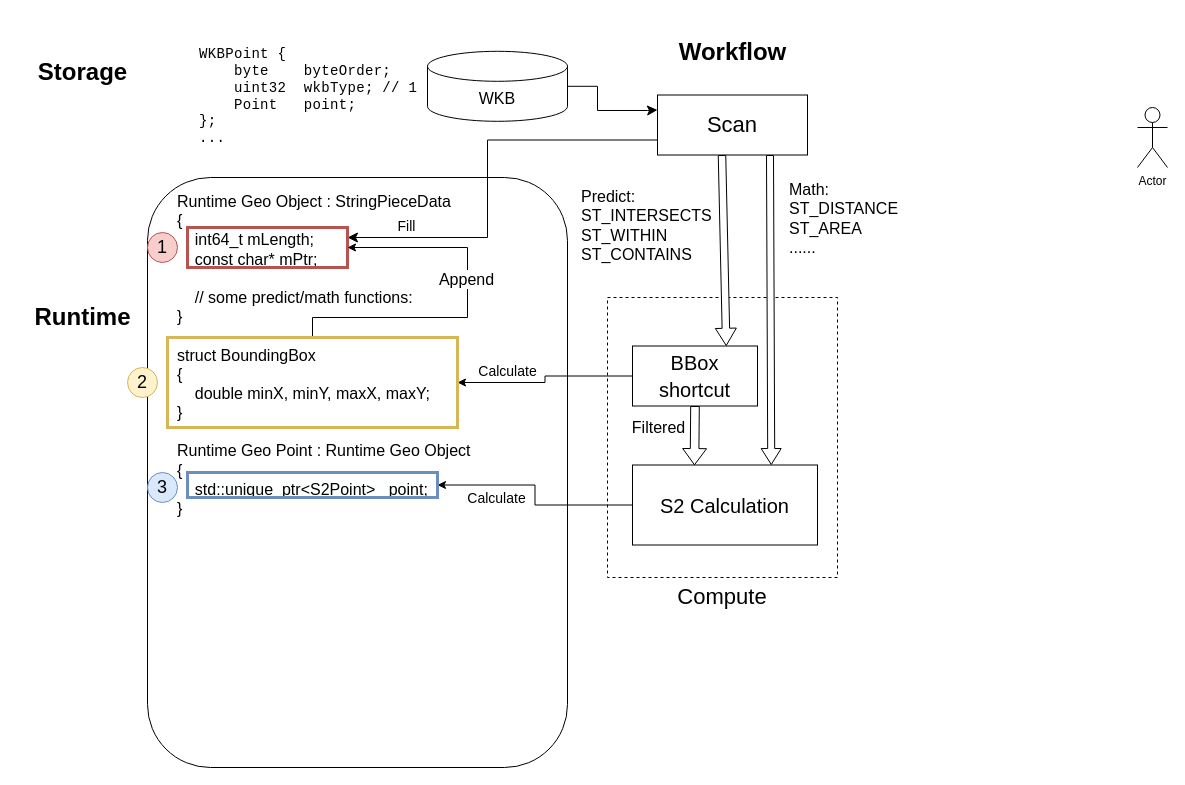
shinyano/drawio keeps this draw.io diagram as geofuncs.drawio. Above is the earlier version. Source tidied: cells renumbered, new cells numbered last; positions are measured from the earlier drawing's top-left corner, leaving out a move shared by most shapes. Both pictures are drawn from the tidied source at 100%, with x=0, y=0 at pixel (22, 17).
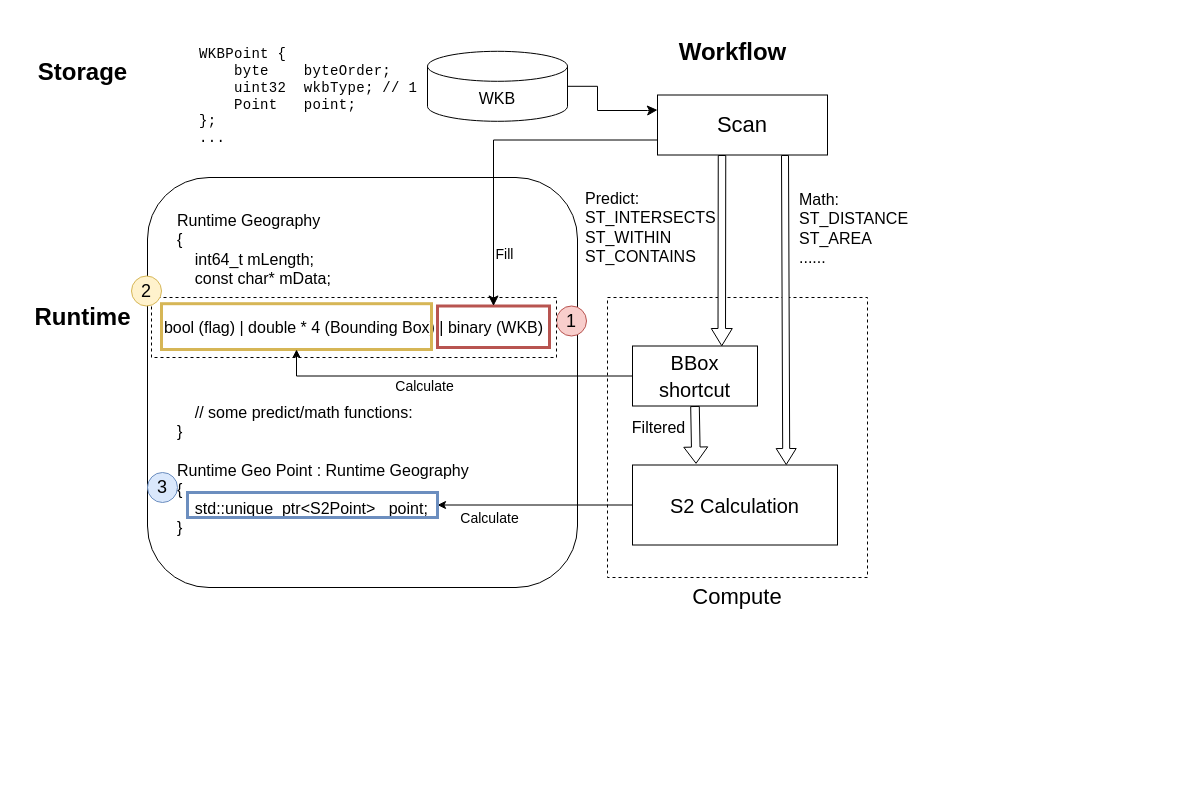
After the change.

The change refers to these unchanged cells:
```xml
<mxCell id="16" value="&lt;font style=&quot;font-size: 20px;&quot; face=&quot;Helvetica&quot;&gt;BBox shortcut&lt;/font&gt;" style="rounded=0;whiteSpace=wrap;html=1;fontSize=22;fontStyle=0;" parent="1" vertex="1">
  <mxGeometry x="610" y="328.5" width="125" height="60" as="geometry" />
</mxCell>
```

Change to the diagram source:
```diff
@@
+    <mxCell id="34" style="rounded=0;whiteSpace=wrap;html=1;fillColor=none;strokeColor=none;" parent="1" vertex="1">
+      <mxGeometry x="-5" width="910" height="610" as="geometry" />
+    </mxCell>
@@
-    <mxCell id="4" value="&lt;div&gt;Runtime Geo Object :&amp;nbsp;StringPieceData&lt;br&gt;&lt;/div&gt;&lt;div&gt;&lt;font&gt;{&lt;/font&gt;&lt;/div&gt;&lt;div&gt;&amp;nbsp; &amp;nbsp; &lt;font&gt;&lt;span style=&quot;white-space: pre;&quot;&gt;int64_t mLength;&lt;br&gt;    const char* mPtr;&lt;/span&gt;&lt;/font&gt;&lt;/div&gt;&lt;div&gt;&lt;span style=&quot;white-space: pre;&quot;&gt;&amp;nbsp;   &lt;/span&gt;&lt;/div&gt;&lt;div&gt;&lt;span style=&quot;white-space: pre;&quot;&gt;    // some predict/math functions:&lt;/span&gt;&lt;/div&gt;&lt;div&gt;&lt;font&gt;}&lt;/font&gt;&lt;/div&gt;&lt;div&gt;&lt;font&gt;&lt;br&gt;&lt;/font&gt;&lt;/div&gt;&lt;div&gt;&lt;font&gt;&lt;div&gt;struct BoundingBox&lt;br&gt;&lt;/div&gt;&lt;div&gt;&lt;div&gt;{&lt;/div&gt;&lt;div&gt;&amp;nbsp; &amp;nbsp; double minX, minY, maxX, maxY;&lt;/div&gt;&lt;div&gt;}&lt;/div&gt;&lt;/div&gt;&lt;div&gt;&lt;br&gt;&lt;/div&gt;&lt;/font&gt;&lt;/div&gt;&lt;div&gt;Runtime Geo Point : Runtime Geo Object&lt;/div&gt;&lt;div&gt;{&lt;/div&gt;&lt;div&gt;&amp;nbsp; &amp;nbsp; std::unique_ptr&amp;lt;S2Point&amp;gt; _point;&lt;/div&gt;&lt;div&gt;}&lt;/div&gt;&lt;div&gt;&lt;br&gt;&lt;/div&gt;" style="rounded=1;whiteSpace=wrap;html=1;fontSize=16;spacing=0;verticalAlign=top;align=left;spacingTop=10;spacingLeft=30;" parent="1" vertex="1">
-      <mxGeometry x="125" y="160" width="420" height="590" as="geometry" />
+    <mxCell id="4" value="&lt;div&gt;&lt;br&gt;&lt;/div&gt;&lt;div&gt;Runtime Geography&lt;br&gt;&lt;/div&gt;&lt;div&gt;&lt;font&gt;{&lt;/font&gt;&lt;/div&gt;&lt;div&gt;&amp;nbsp; &amp;nbsp; &lt;font&gt;&lt;span style=&quot;white-space: pre;&quot;&gt;int64_t mLength;&lt;br&gt;    const char* mData;&lt;/span&gt;&lt;/font&gt;&lt;/div&gt;&lt;div&gt;&lt;font&gt;&lt;span style=&quot;white-space: pre;&quot;&gt;&lt;br&gt;&lt;/span&gt;&lt;/font&gt;&lt;/div&gt;&lt;div&gt;&lt;font&gt;&lt;span style=&quot;white-space: pre;&quot;&gt;&lt;br&gt;&lt;/span&gt;&lt;/font&gt;&lt;/div&gt;&lt;div&gt;&lt;br&gt;&lt;/div&gt;&lt;div&gt;&lt;br&gt;&lt;/div&gt;&lt;div&gt;&lt;br&gt;&lt;/div&gt;&lt;div&gt;&lt;span style=&quot;white-space: pre;&quot;&gt;&amp;nbsp;   &lt;/span&gt;&lt;/div&gt;&lt;div&gt;&lt;span style=&quot;white-space: pre;&quot;&gt;    // some predict/math functions:&lt;/span&gt;&lt;/div&gt;&lt;div&gt;&lt;font&gt;}&lt;/font&gt;&lt;/div&gt;&lt;div&gt;&lt;font&gt;&lt;div&gt;&lt;br&gt;&lt;/div&gt;&lt;/font&gt;&lt;/div&gt;&lt;div&gt;Runtime Geo Point : Runtime Geography&lt;/div&gt;&lt;div&gt;{&lt;/div&gt;&lt;div&gt;&amp;nbsp; &amp;nbsp; std::unique_ptr&amp;lt;S2Point&amp;gt; _point;&lt;/div&gt;&lt;div&gt;}&lt;/div&gt;&lt;div&gt;&lt;br&gt;&lt;/div&gt;" style="rounded=1;whiteSpace=wrap;html=1;fontSize=16;spacing=0;verticalAlign=top;align=left;spacingTop=10;spacingLeft=30;" parent="1" vertex="1">
+      <mxGeometry x="125" y="160" width="430" height="410" as="geometry" />
     </mxCell>
@@
     <mxCell id="8" value="Scan" style="rounded=0;whiteSpace=wrap;html=1;fontSize=22;fontStyle=0;" parent="1" vertex="1">
-      <mxGeometry x="635" y="77.5" width="150" height="60" as="geometry" />
+      <mxGeometry x="635" y="77.5" width="170" height="60" as="geometry" />
     </mxCell>
@@
-    <mxCell id="10" style="edgeStyle=segmentEdgeStyle;endArrow=classic;html=1;curved=0;rounded=0;endSize=8;startSize=8;exitX=0;exitY=0.75;exitDx=0;exitDy=0;entryX=1;entryY=0.25;entryDx=0;entryDy=0;" parent="1" edge="1" source="8" target="12">
-      <mxGeometry relative="1" as="geometry">
-        <Array as="points">
-          <mxPoint x="465" y="123" />
-          <mxPoint x="465" y="220" />
-        </Array>
-      </mxGeometry>
-    </mxCell>
-    <mxCell id="11" value="Fill" style="edgeLabel;html=1;align=center;verticalAlign=middle;fontSize=14;" parent="10" vertex="1">
-      <mxGeometry x="0.76" relative="1" as="geometry">
-        <mxPoint x="10" y="-12" as="offset" />
-      </mxGeometry>
-    </mxCell>
-    <mxCell id="12" style="rounded=0;whiteSpace=wrap;html=1;fillColor=none;strokeColor=#b85450;strokeWidth=3;" parent="1" vertex="1">
-      <mxGeometry x="165" y="210" width="160" height="40" as="geometry" />
-    </mxCell>
     <mxCell id="13" value="Compute" style="rounded=0;whiteSpace=wrap;html=1;fontSize=22;fontStyle=0;verticalAlign=top;labelPosition=center;verticalLabelPosition=bottom;align=center;dashed=1;" parent="1" vertex="1">
-      <mxGeometry x="585" y="280" width="230" height="280" as="geometry" />
+      <mxGeometry x="585" y="280" width="260" height="280" as="geometry" />
     </mxCell>
-    <mxCell id="14" style="edgeStyle=orthogonalEdgeStyle;rounded=0;jettySize=auto;html=1;entryX=1;entryY=0.5;entryDx=0;entryDy=0;" parent="1" edge="1" source="16" target="21">
-      <mxGeometry relative="1" as="geometry" />
-    </mxCell>
-    <mxCell id="15" value="Calculate" style="edgeLabel;html=1;align=center;verticalAlign=middle;fontSize=14;" parent="14" vertex="1">
-      <mxGeometry x="0.36" y="2" relative="1" as="geometry">
-        <mxPoint x="-9" y="-14" as="offset" />
-      </mxGeometry>
-    </mxCell>
@@
-    <mxCell id="17" style="shape=flexArrow;endArrow=classic;html=1;rounded=0;exitX=0.25;exitY=1;exitDx=0;exitDy=0;fillColor=default;endWidth=12.5;endSize=5.408333333333333;width=7.5;entryX=0.75;entryY=0;entryDx=0;entryDy=0;" parent="1" edge="1" target="16">
+    <mxCell id="17" style="shape=flexArrow;endArrow=classic;html=1;rounded=0;exitX=0.25;exitY=1;exitDx=0;exitDy=0;fillColor=default;endWidth=12.5;endSize=5.408333333333333;width=7.5;entryX=0.714;entryY=0.004;entryDx=0;entryDy=0;entryPerimeter=0;" parent="1" edge="1" target="16">
       <mxGeometry relative="1" as="geometry">
         <mxPoint x="699.5" y="137.5" as="sourcePoint" />
       </mxGeometry>
     </mxCell>
     <mxCell id="18" value="Predict:&amp;nbsp;&lt;div&gt;&lt;div&gt;ST_INTERSECTS&lt;/div&gt;&lt;div&gt;ST_WITHIN&lt;/div&gt;&lt;div&gt;ST_CONTAINS&lt;/div&gt;&lt;/div&gt;" style="edgeLabel;html=1;align=left;verticalAlign=middle;fontSize=16;labelBackgroundColor=none;" parent="17" vertex="1">
       <mxGeometry x="-0.35" y="2" relative="1" as="geometry">
-        <mxPoint x="-146" y="8" as="offset" />
+        <mxPoint x="-140" y="10" as="offset" />
       </mxGeometry>
     </mxCell>
-    <mxCell id="19" style="edgeStyle=orthogonalEdgeStyle;rounded=0;jettySize=auto;html=1;exitX=0.5;exitY=0;exitDx=0;exitDy=0;entryX=1;entryY=0.5;entryDx=0;entryDy=0;" parent="1" edge="1" source="21" target="12">
-      <mxGeometry relative="1" as="geometry">
-        <Array as="points">
-          <mxPoint x="290" y="300" />
-          <mxPoint x="445" y="300" />
-          <mxPoint x="445" y="230" />
-        </Array>
-      </mxGeometry>
-    </mxCell>
-    <mxCell id="20" value="Append" style="edgeLabel;html=1;align=center;verticalAlign=middle;fontSize=16;" parent="19" vertex="1">
-      <mxGeometry x="0.17" y="2" relative="1" as="geometry" />
-    </mxCell>
-    <mxCell id="21" style="rounded=0;whiteSpace=wrap;html=1;fillColor=none;strokeColor=#d6b656;strokeWidth=3;" parent="1" vertex="1">
-      <mxGeometry x="145" y="320" width="290" height="90" as="geometry" />
-    </mxCell>
     <mxCell id="22" value="1" style="ellipse;whiteSpace=wrap;html=1;fillColor=#f8cecc;strokeColor=#b85450;fontSize=18;" parent="1" vertex="1">
-      <mxGeometry x="125" y="215" width="30" height="30" as="geometry" />
+      <mxGeometry x="534" y="288.5" width="30" height="30" as="geometry" />
     </mxCell>
-    <mxCell id="23" value="2" style="ellipse;whiteSpace=wrap;html=1;fillColor=#fff2cc;strokeColor=#d6b656;fontSize=18;" parent="1" vertex="1">
-      <mxGeometry x="105" y="350" width="30" height="30" as="geometry" />
-    </mxCell>
@@
     <mxCell id="26" value="&lt;font style=&quot;font-size: 20px;&quot;&gt;S2 Calculation&lt;/font&gt;" style="rounded=0;whiteSpace=wrap;html=1;" parent="1" vertex="1">
-      <mxGeometry x="610" y="447.5" width="185" height="80" as="geometry" />
+      <mxGeometry x="610" y="447.5" width="205" height="80" as="geometry" />
     </mxCell>
@@
-    <mxCell id="28" value="Actor" style="shape=umlActor;verticalLabelPosition=bottom;verticalAlign=top;html=1;" parent="1" vertex="1">
-      <mxGeometry x="1115" y="90" width="30" height="60" as="geometry" />
-    </mxCell>
     <mxCell id="29" value="Math:&amp;nbsp;&lt;div&gt;&lt;div&gt;ST_DISTANCE&lt;/div&gt;&lt;/div&gt;&lt;div&gt;ST_AREA&lt;/div&gt;&lt;div&gt;......&lt;/div&gt;" style="edgeLabel;html=1;align=left;verticalAlign=middle;fontSize=16;labelBackgroundColor=none;" parent="1" vertex="1">
-      <mxGeometry x="765" y="200" as="geometry" />
+      <mxGeometry x="775" y="210" as="geometry" />
     </mxCell>
     <mxCell id="30" style="rounded=0;whiteSpace=wrap;html=1;fillColor=none;strokeColor=#6c8ebf;strokeWidth=3;" parent="1" vertex="1">
-      <mxGeometry x="165" y="455" width="250" height="25" as="geometry" />
+      <mxGeometry x="165" y="475" width="250" height="25" as="geometry" />
     </mxCell>
@@
-    <mxCell id="32" style="shape=flexArrow;endArrow=classic;html=1;rounded=0;exitX=0.5;exitY=1;exitDx=0;exitDy=0;entryX=0.335;entryY=0.004;entryDx=0;entryDy=0;entryPerimeter=0;width=8.61111111111111;endSize=5.077777777777778;endWidth=14.27469135802469;" parent="1" edge="1" source="16" target="26">
+    <mxCell id="32" style="shape=flexArrow;endArrow=classic;html=1;rounded=0;exitX=0.5;exitY=1;exitDx=0;exitDy=0;entryX=0.31;entryY=-0.015;entryDx=0;entryDy=0;entryPerimeter=0;width=8.61111111111111;endSize=5.077777777777778;endWidth=14.27469135802469;" parent="1" edge="1" source="16" target="26">
       <mxGeometry relative="1" as="geometry" />
     </mxCell>
@@
+    <mxCell id="35" style="edgeStyle=orthogonalEdgeStyle;rounded=0;jettySize=auto;html=1;exitX=0.5;exitY=0;exitDx=0;exitDy=0;entryX=1;entryY=0.5;entryDx=0;entryDy=0;" parent="1" edge="1" source="21" target="36">
+      <mxGeometry relative="1" as="geometry">
+        <Array as="points">
+          <mxPoint x="290" y="300" />
+        </Array>
+      </mxGeometry>
+    </mxCell>
+    <mxCell id="36" value="bool (flag) | double * 4 (Bounding Box) | binary (WKB)" style="rounded=0;whiteSpace=wrap;html=1;dashed=1;fontSize=16;" parent="1" vertex="1">
+      <mxGeometry x="129" y="280" width="405" height="60" as="geometry" />
+    </mxCell>
+    <mxCell id="12" style="rounded=0;whiteSpace=wrap;html=1;fillColor=none;strokeColor=#b85450;strokeWidth=3;" parent="1" vertex="1">
+      <mxGeometry x="415" y="288.5" width="112" height="41.5" as="geometry" />
+    </mxCell>
+    <mxCell id="10" style="edgeStyle=segmentEdgeStyle;endArrow=classic;html=1;curved=0;rounded=0;endSize=8;startSize=8;exitX=0;exitY=0.75;exitDx=0;exitDy=0;entryX=0.5;entryY=0;entryDx=0;entryDy=0;" parent="1" edge="1" source="8" target="12">
+      <mxGeometry relative="1" as="geometry">
+        <Array as="points">
+          <mxPoint x="471" y="123" />
+        </Array>
+      </mxGeometry>
+    </mxCell>
+    <mxCell id="11" value="Fill" style="edgeLabel;html=1;align=center;verticalAlign=middle;fontSize=14;" parent="10" vertex="1">
+      <mxGeometry x="0.76" relative="1" as="geometry">
+        <mxPoint x="10" y="-12" as="offset" />
+      </mxGeometry>
+    </mxCell>
+    <mxCell id="21" style="rounded=0;whiteSpace=wrap;html=1;fillColor=none;strokeColor=#d6b656;strokeWidth=3;" parent="1" vertex="1">
+      <mxGeometry x="139" y="286.2" width="270" height="45.8" as="geometry" />
+    </mxCell>
+    <mxCell id="23" value="2" style="ellipse;whiteSpace=wrap;html=1;fillColor=#fff2cc;strokeColor=#d6b656;fontSize=18;" parent="1" vertex="1">
+      <mxGeometry x="109" y="258.5" width="30" height="30" as="geometry" />
+    </mxCell>
+    <mxCell id="14" style="edgeStyle=orthogonalEdgeStyle;rounded=0;jettySize=auto;html=1;entryX=0.5;entryY=1;entryDx=0;entryDy=0;" parent="1" edge="1" source="16" target="21">
+      <mxGeometry relative="1" as="geometry">
+        <Array as="points">
+          <mxPoint x="274" y="359" />
+        </Array>
+      </mxGeometry>
+    </mxCell>
+    <mxCell id="15" value="Calculate" style="edgeLabel;html=1;align=center;verticalAlign=middle;fontSize=14;" parent="14" vertex="1">
+      <mxGeometry x="0.36" y="2" relative="1" as="geometry">
+        <mxPoint x="37" y="8" as="offset" />
+      </mxGeometry>
+    </mxCell>
```
